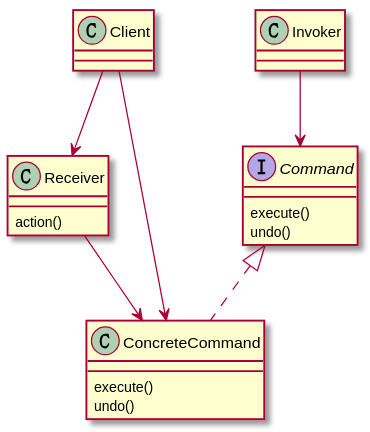
zzbb1199/HeadFirst keeps this PlantUML diagram as pattern_umls/command/command_uml.svg. Above is the earlier version. Its diagram source:
```plantuml
@startuml

class Client{
}

class Receiver{
    action()
}

interface Command{
    execute()
    undo()
}

class ConcreteCommand{
    execute()
    undo()
}

class Invoker{

}

Client --> Receiver
Client --> ConcreteCommand
Receiver --> ConcreteCommand

Command <|.. ConcreteCommand

Invoker --> Command




@enduml
```
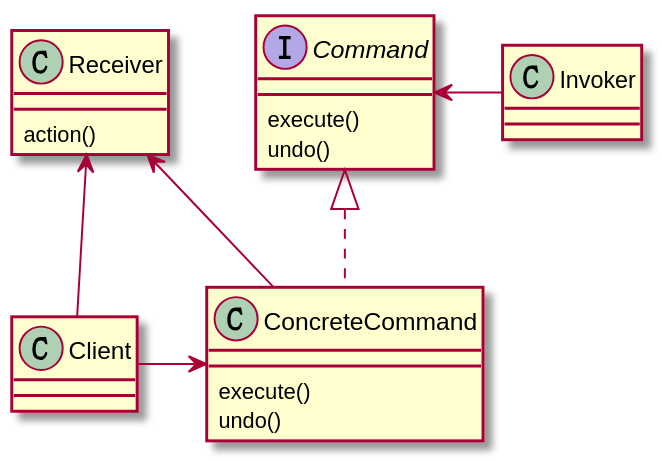
After the commit.

The edit, as a diff of the source:
```diff
@@ -21,13 +21,13 @@
 
 }
 
-Client --> Receiver
-Client --> ConcreteCommand
-Receiver --> ConcreteCommand
+Receiver <- Client
+Client -> ConcreteCommand
+Receiver <-- ConcreteCommand
 
 Command <|.. ConcreteCommand
 
-Invoker --> Command
+Command <- Invoker
 
 
 
```
